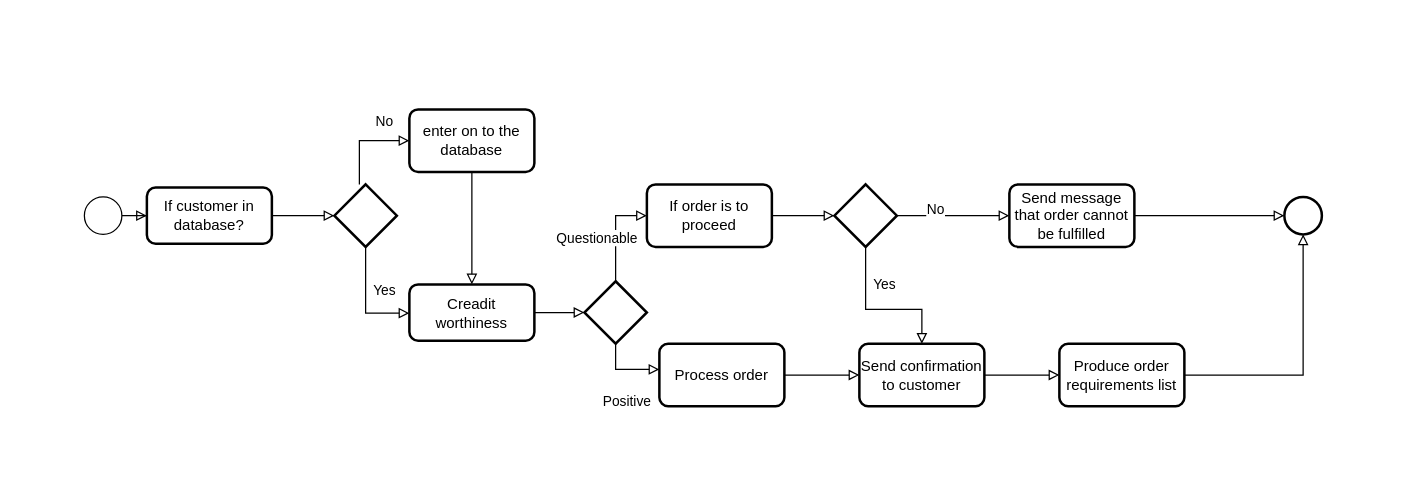
Earlier version of the draw.io diagram Manufacture order procee.drawio (shitanshiwoerzi/test). Source tidied: cells renumbered, new cells numbered last; positions are measured from the earlier drawing's top-left corner, leaving out a move shared by most shapes. Both pictures are drawn from the tidied source at 125%, with x=0, y=0 at pixel (84, 109).
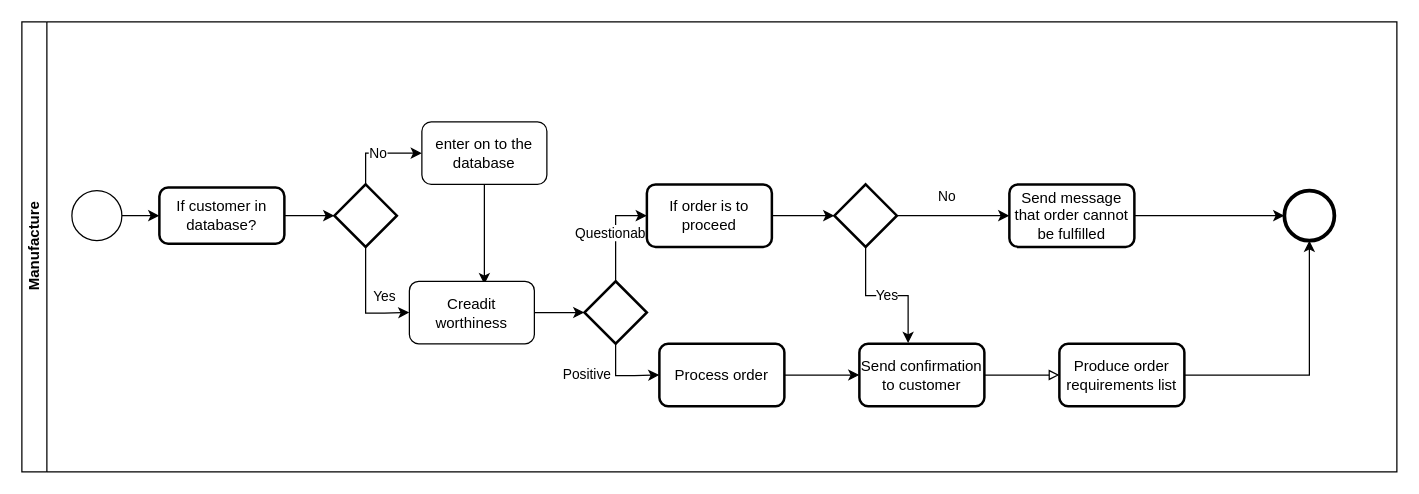
Above is the later version.

Unchanged cells that the change refers to:
```xml
<mxCell id="4" style="strokeWidth=2;html=1;shape=mxgraph.flowchart.decision;whiteSpace=wrap;" parent="1" vertex="1">
  <mxGeometry x="200" y="60" width="50" height="50" as="geometry" />
</mxCell>
<mxCell id="8" value="Process order" style="rounded=1;whiteSpace=wrap;html=1;absoluteArcSize=1;arcSize=14;strokeWidth=2;" parent="1" vertex="1">
  <mxGeometry x="460" y="187.5" width="100" height="50" as="geometry" />
</mxCell>
<mxCell id="10" value="Send confirmation to customer" style="rounded=1;whiteSpace=wrap;html=1;absoluteArcSize=1;arcSize=14;strokeWidth=2;" parent="1" vertex="1">
  <mxGeometry x="620" y="187.5" width="100" height="50" as="geometry" />
</mxCell>
<mxCell id="17" style="strokeWidth=2;html=1;shape=mxgraph.flowchart.decision;whiteSpace=wrap;" parent="1" vertex="1">
  <mxGeometry x="400" y="137.5" width="50" height="50" as="geometry" />
</mxCell>
<mxCell id="19" value="If order is to proceed" style="rounded=1;whiteSpace=wrap;html=1;absoluteArcSize=1;arcSize=14;strokeWidth=2;" parent="1" vertex="1">
  <mxGeometry x="450" y="60" width="100" height="50" as="geometry" />
</mxCell>
<mxCell id="22" style="strokeWidth=2;html=1;shape=mxgraph.flowchart.decision;whiteSpace=wrap;" parent="1" vertex="1">
  <mxGeometry x="600" y="60" width="50" height="50" as="geometry" />
</mxCell>
<mxCell id="24" value="Send message that order cannot be fulfilled" style="rounded=1;whiteSpace=wrap;html=1;absoluteArcSize=1;arcSize=14;strokeWidth=2;" parent="1" vertex="1">
  <mxGeometry x="740" y="60" width="100" height="50" as="geometry" />
</mxCell>
<mxCell id="26" value="Produce order requirements&amp;nbsp;list" style="rounded=1;whiteSpace=wrap;html=1;absoluteArcSize=1;arcSize=14;strokeWidth=2;" parent="1" vertex="1">
  <mxGeometry x="780" y="187.5" width="100" height="50" as="geometry" />
</mxCell>
```

Diff of the diagram source:
```diff
@@
-    <mxCell id="2" value="No" style="edgeStyle=orthogonalEdgeStyle;rounded=0;jettySize=auto;html=1;entryX=0;entryY=0.5;entryDx=0;entryDy=0;endArrow=block;endFill=0;strokeColor=#000000;" parent="1" edge="1" source="4" target="6">
-      <mxGeometry x="0.47" y="15" relative="1" as="geometry">
+    <mxCell id="2" value="No" style="edgeStyle=orthogonalEdgeStyle;rounded=0;jettySize=auto;html=1;entryX=0;entryY=0.5;entryDx=0;entryDy=0;" parent="1" edge="1" source="4" target="6">
+      <mxGeometry relative="1" as="geometry">
         <Array as="points">
-          <mxPoint x="220" y="25" />
+          <mxPoint x="225" y="35" />
         </Array>
       </mxGeometry>
     </mxCell>
-    <mxCell id="3" value="Yes" style="edgeStyle=orthogonalEdgeStyle;rounded=0;jettySize=auto;html=1;endArrow=block;endFill=0;strokeColor=#000000;" parent="1" edge="1" source="4" target="14">
-      <mxGeometry x="-0.2" y="15" relative="1" as="geometry">
+    <mxCell id="3" value="Yes" style="edgeStyle=orthogonalEdgeStyle;rounded=0;jettySize=auto;html=1;entryX=0;entryY=0.5;entryDx=0;entryDy=0;" parent="1" edge="1" source="4" target="14">
+      <mxGeometry x="0.55" y="13" relative="1" as="geometry">
         <Array as="points">
           <mxPoint x="225" y="163" />
+          <mxPoint x="240" y="163" />
         </Array>
       </mxGeometry>
     </mxCell>
@@
-    <mxCell id="5" style="edgeStyle=orthogonalEdgeStyle;rounded=0;jettySize=auto;html=1;entryX=0.5;entryY=0;entryDx=0;entryDy=0;endArrow=block;endFill=0;strokeColor=#000000;" parent="1" edge="1" source="6" target="14">
-      <mxGeometry relative="1" as="geometry">
-        <Array as="points">
-          <mxPoint x="310" y="90" />
-          <mxPoint x="310" y="90" />
-        </Array>
-      </mxGeometry>
-    </mxCell>
-    <mxCell id="6" value="enter on to the database" style="rounded=1;whiteSpace=wrap;html=1;absoluteArcSize=1;arcSize=14;strokeWidth=2;" parent="1" vertex="1">
-      <mxGeometry x="260" width="100" height="50" as="geometry" />
-    </mxCell>
-    <mxCell id="7" style="edgeStyle=orthogonalEdgeStyle;rounded=0;jettySize=auto;html=1;endArrow=block;endFill=0;strokeColor=#000000;" parent="1" edge="1" source="8" target="10">
+    <mxCell id="7" style="edgeStyle=orthogonalEdgeStyle;rounded=0;jettySize=auto;html=1;entryX=0;entryY=0.5;entryDx=0;entryDy=0;" parent="1" edge="1" source="8" target="10">
       <mxGeometry relative="1" as="geometry" />
     </mxCell>
@@
-    <mxCell id="11" style="edgeStyle=orthogonalEdgeStyle;rounded=0;jettySize=auto;html=1;entryX=0;entryY=0.5;entryDx=0;entryDy=0;entryPerimeter=0;endArrow=block;endFill=0;strokeColor=#000000;" parent="1" edge="1" source="12" target="4">
-      <mxGeometry relative="1" as="geometry">
-        <Array as="points">
-          <mxPoint x="200" y="85" />
-          <mxPoint x="200" y="85" />
-        </Array>
-      </mxGeometry>
+    <mxCell id="11" style="edgeStyle=orthogonalEdgeStyle;rounded=0;jettySize=auto;html=1;entryX=0;entryY=0.5;entryDx=0;entryDy=0;entryPerimeter=0;" parent="1" edge="1" source="12" target="4">
+      <mxGeometry relative="1" as="geometry" />
     </mxCell>
     <mxCell id="12" value="If customer in database?" style="rounded=1;whiteSpace=wrap;html=1;absoluteArcSize=1;arcSize=14;strokeWidth=2;" parent="1" vertex="1">
-      <mxGeometry x="50" y="62.5" width="100" height="45" as="geometry" />
+      <mxGeometry x="60" y="62.5" width="100" height="45" as="geometry" />
     </mxCell>
-    <mxCell id="13" style="edgeStyle=orthogonalEdgeStyle;rounded=0;jettySize=auto;html=1;endArrow=block;endFill=0;strokeColor=#000000;" parent="1" edge="1" source="14" target="17">
-      <mxGeometry relative="1" as="geometry" />
-    </mxCell>
-    <mxCell id="14" value="Creadit worthiness" style="rounded=1;whiteSpace=wrap;html=1;absoluteArcSize=1;arcSize=14;strokeWidth=2;" parent="1" vertex="1">
-      <mxGeometry x="260" y="140" width="100" height="45" as="geometry" />
-    </mxCell>
+    <mxCell id="16" value="Questionable" style="edgeStyle=orthogonalEdgeStyle;rounded=0;jettySize=auto;html=1;entryX=0;entryY=0.5;entryDx=0;entryDy=0;" parent="1" edge="1" source="17" target="19">
+      <mxGeometry relative="1" as="geometry" />
+    </mxCell>
-    <mxCell id="15" value="Positive" style="edgeStyle=orthogonalEdgeStyle;rounded=0;jettySize=auto;html=1;endArrow=block;endFill=0;strokeColor=#000000;" parent="1" edge="1" source="17" target="8">
-      <mxGeometry x="-0.26" y="-13" relative="1" as="geometry">
+    <mxCell id="15" value="Positive" style="edgeStyle=orthogonalEdgeStyle;rounded=0;jettySize=auto;html=1;entryX=0;entryY=0.5;entryDx=0;entryDy=0;" parent="1" edge="1" source="17" target="8">
+      <mxGeometry x="-0.16" y="-18" relative="1" as="geometry">
         <Array as="points">
-          <mxPoint x="425" y="208" />
+          <mxPoint x="425" y="213" />
+          <mxPoint x="440" y="213" />
         </Array>
-        <mxPoint x="8" y="13" as="offset" />
+        <mxPoint x="-5" y="-1" as="offset" />
       </mxGeometry>
     </mxCell>
-    <mxCell id="16" value="Questionable" style="edgeStyle=orthogonalEdgeStyle;rounded=0;jettySize=auto;html=1;entryX=0;entryY=0.5;entryDx=0;entryDy=0;endArrow=block;endFill=0;strokeColor=#000000;" parent="1" edge="1" source="17" target="19">
-      <mxGeometry x="-0.09" y="15" relative="1" as="geometry" />
-    </mxCell>
@@
-    <mxCell id="18" style="edgeStyle=orthogonalEdgeStyle;rounded=0;jettySize=auto;html=1;endArrow=block;endFill=0;strokeColor=#000000;" parent="1" edge="1" source="19" target="22">
+    <mxCell id="18" style="edgeStyle=orthogonalEdgeStyle;rounded=0;jettySize=auto;html=1;entryX=0;entryY=0.5;entryDx=0;entryDy=0;entryPerimeter=0;" parent="1" edge="1" source="19" target="22">
       <mxGeometry relative="1" as="geometry" />
     </mxCell>
@@
-    <mxCell id="20" value="No" style="edgeStyle=orthogonalEdgeStyle;rounded=0;jettySize=auto;html=1;endArrow=block;endFill=0;strokeColor=#000000;" parent="1" edge="1" source="22" target="24">
-      <mxGeometry x="-0.3" y="5" relative="1" as="geometry" />
+    <mxCell id="20" value="No" style="edgeStyle=orthogonalEdgeStyle;rounded=0;jettySize=auto;html=1;entryX=0;entryY=0.5;entryDx=0;entryDy=0;" parent="1" edge="1" source="22" target="24">
+      <mxGeometry x="-0.11" y="15" relative="1" as="geometry" />
     </mxCell>
-    <mxCell id="21" value="Yes" style="edgeStyle=orthogonalEdgeStyle;rounded=0;jettySize=auto;html=1;endArrow=block;endFill=0;strokeColor=#000000;entryX=0.5;entryY=0;entryDx=0;entryDy=0;" parent="1" edge="1" target="10">
-      <mxGeometry x="0.06" y="20" relative="1" as="geometry">
-        <mxPoint x="625" y="110" as="sourcePoint" />
-        <Array as="points">
-          <mxPoint x="650" y="160" />
-          <mxPoint x="650" y="160" />
-        </Array>
-      </mxGeometry>
-    </mxCell>
+    <mxCell id="30" value="Yes" style="edgeStyle=orthogonalEdgeStyle;rounded=0;jettySize=auto;html=1;entryX=0.39;entryY=-0.01;entryDx=0;entryDy=0;entryPerimeter=0;" parent="1" edge="1" source="22" target="10">
+      <mxGeometry relative="1" as="geometry">
+        <Array as="points">
+          <mxPoint x="625" y="149" />
+          <mxPoint x="659" y="149" />
+        </Array>
+      </mxGeometry>
+    </mxCell>
@@
-    <mxCell id="23" style="edgeStyle=orthogonalEdgeStyle;rounded=0;jettySize=auto;html=1;entryX=0;entryY=0.5;entryDx=0;entryDy=0;entryPerimeter=0;endArrow=block;endFill=0;strokeColor=#000000;" parent="1" edge="1" source="24" target="29">
-      <mxGeometry relative="1" as="geometry" />
-    </mxCell>
+    <mxCell id="31" style="edgeStyle=orthogonalEdgeStyle;rounded=0;jettySize=auto;html=1;entryX=0;entryY=0.5;entryDx=0;entryDy=0;" parent="1" edge="1" source="24" target="35">
+      <mxGeometry relative="1" as="geometry" />
+    </mxCell>
@@
-    <mxCell id="25" style="edgeStyle=orthogonalEdgeStyle;rounded=0;jettySize=auto;html=1;endArrow=block;endFill=0;strokeColor=#000000;" parent="1" edge="1" source="26" target="29">
-      <mxGeometry relative="1" as="geometry" />
-    </mxCell>
+    <mxCell id="32" style="edgeStyle=orthogonalEdgeStyle;rounded=0;jettySize=auto;html=1;entryX=0.5;entryY=1;entryDx=0;entryDy=0;" parent="1" edge="1" source="26" target="35">
+      <mxGeometry relative="1" as="geometry" />
+    </mxCell>
@@
-    <mxCell id="27" style="edgeStyle=orthogonalEdgeStyle;rounded=0;jettySize=auto;html=1;endArrow=block;endFill=0;strokeColor=#000000;" parent="1" edge="1" source="28" target="12">
-      <mxGeometry relative="1" as="geometry" />
-    </mxCell>
-    <mxCell id="28" style="ellipse;whiteSpace=wrap;html=1;" parent="1" vertex="1">
-      <mxGeometry y="70" width="30" height="30" as="geometry" />
-    </mxCell>
-    <mxCell id="29" style="strokeWidth=2;html=1;shape=mxgraph.flowchart.start_2;whiteSpace=wrap;" parent="1" vertex="1">
-      <mxGeometry x="960" y="70" width="30" height="30" as="geometry" />
-    </mxCell>
+    <mxCell id="33" style="edgeStyle=orthogonalEdgeStyle;rounded=0;jettySize=auto;html=1;entryX=0;entryY=0.5;entryDx=0;entryDy=0;" parent="1" edge="1" source="34" target="12">
+      <mxGeometry relative="1" as="geometry" />
+    </mxCell>
+    <mxCell id="34" style="shape=mxgraph.bpmn.shape;html=1;verticalLabelPosition=bottom;labelBackgroundColor=#ffffff;verticalAlign=top;align=center;perimeter=ellipsePerimeter;outlineConnect=0;outline=standard;symbol=general;" parent="1" vertex="1">
+      <mxGeometry x="-10" y="65" width="40" height="40" as="geometry" />
+    </mxCell>
+    <mxCell id="5" style="edgeStyle=orthogonalEdgeStyle;rounded=0;jettySize=auto;html=1;entryX=0.6;entryY=0.05;entryDx=0;entryDy=0;entryPerimeter=0;" parent="1" edge="1" source="6" target="14">
+      <mxGeometry relative="1" as="geometry" />
+    </mxCell>
+    <mxCell id="6" value="enter on to the database" style="shape=ext;rounded=1;html=1;whiteSpace=wrap;" parent="1" vertex="1">
+      <mxGeometry x="270" y="10" width="100" height="50" as="geometry" />
+    </mxCell>
+    <mxCell id="13" style="edgeStyle=orthogonalEdgeStyle;rounded=0;jettySize=auto;html=1;entryX=0;entryY=0.5;entryDx=0;entryDy=0;entryPerimeter=0;" parent="1" edge="1" source="14" target="17">
+      <mxGeometry relative="1" as="geometry" />
+    </mxCell>
+    <mxCell id="14" value="Creadit worthiness" style="shape=ext;rounded=1;html=1;whiteSpace=wrap;" parent="1" vertex="1">
+      <mxGeometry x="260" y="137.5" width="100" height="50" as="geometry" />
+    </mxCell>
+    <mxCell id="35" style="shape=mxgraph.bpmn.shape;html=1;verticalLabelPosition=bottom;labelBackgroundColor=#ffffff;verticalAlign=top;align=center;perimeter=ellipsePerimeter;outlineConnect=0;outline=end;symbol=general;" parent="1" vertex="1">
+      <mxGeometry x="960" y="65" width="40" height="40" as="geometry" />
+    </mxCell>
+    <mxCell id="36" value="Manufacture" style="swimlane;html=1;horizontal=0;startSize=20;" parent="1" vertex="1">
+      <mxGeometry x="-50" y="-70" width="1100" height="360" as="geometry" />
+    </mxCell>
```
